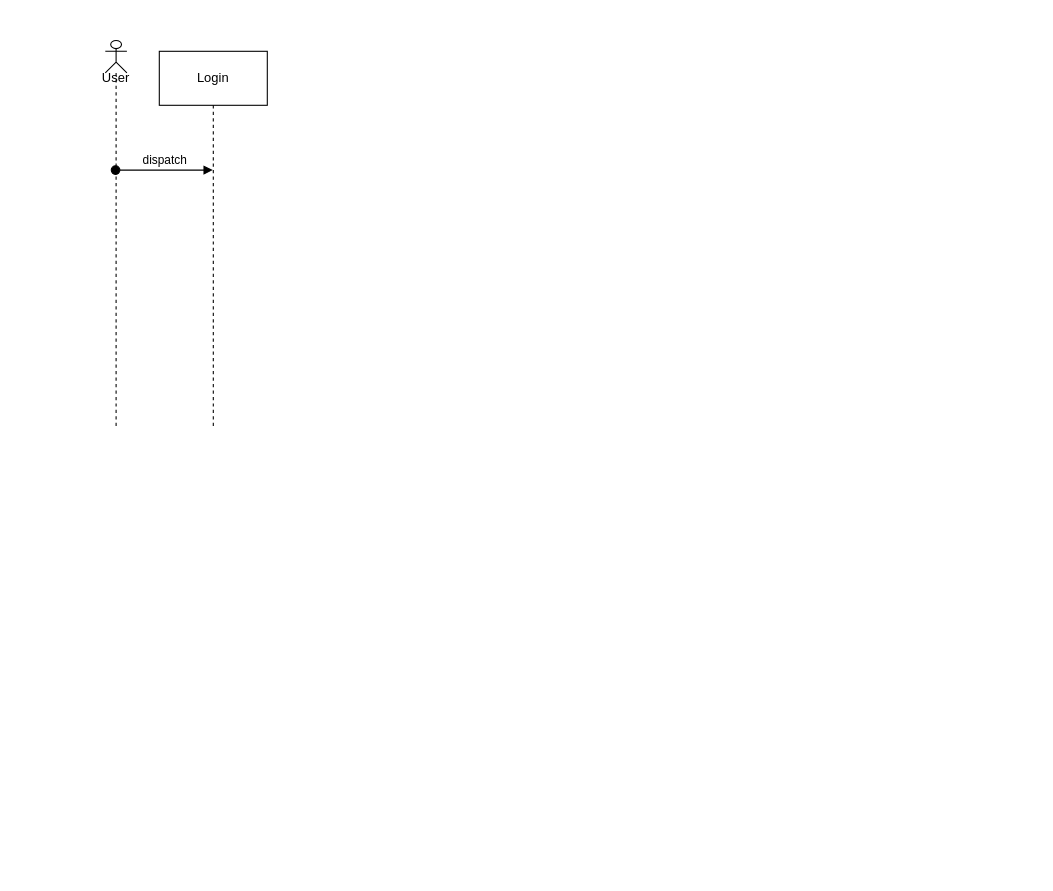
Above: Biểu đồ không có tiêu đề.drawio in B-Kha/CV-project (draw.io), before the change. Source tidied: cells renumbered, new cells numbered last; positions are measured from the earlier drawing's top-left corner, leaving out a move shared by most shapes. Both pictures are drawn from the tidied source at 108%, with x=0, y=0 at pixel (83, 40).
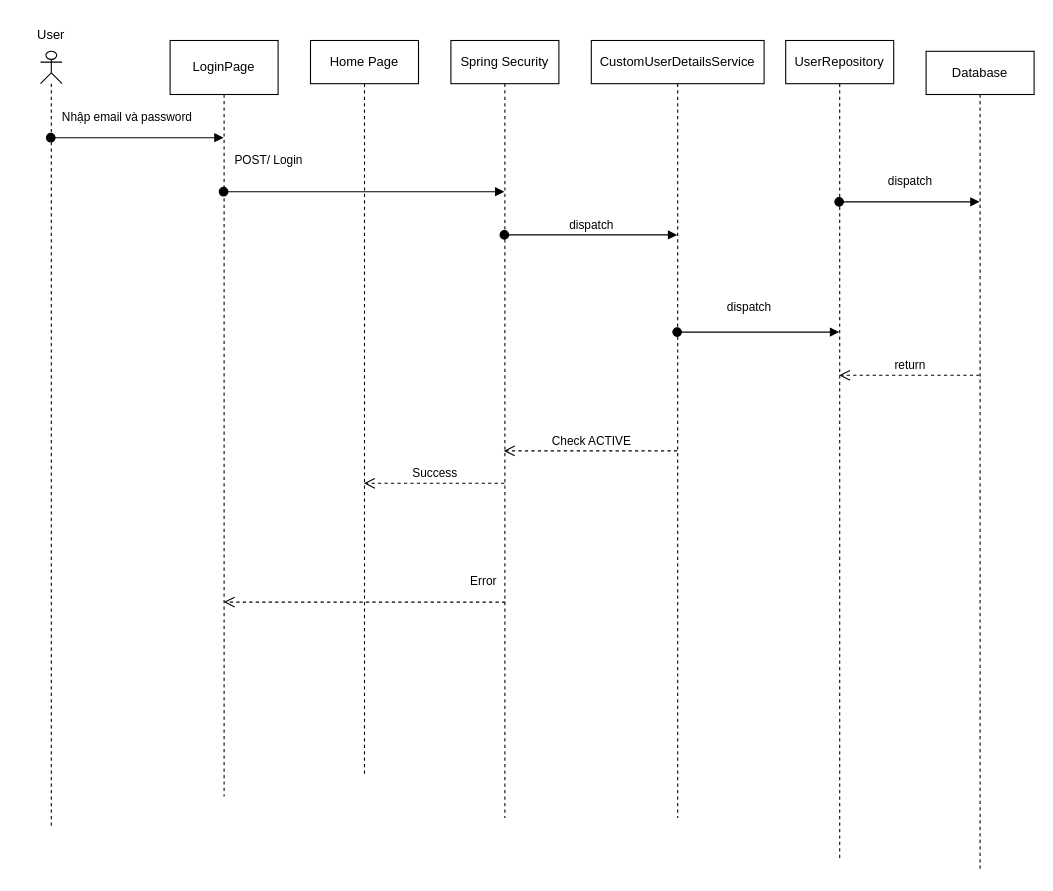
Above is the later version.

Commit message:
Cập nhật Biểu đồ không có tiêu đề.drawio

What changed in the source:
```diff
@@
     <mxCell id="2" style="shape=umlLifeline;perimeter=lifelinePerimeter;whiteSpace=wrap;html=1;outlineConnect=0;portConstraint=eastwest;newEdgeStyle={&quot;curved&quot;:0,&quot;rounded&quot;:0};participant=umlActor;size=30;" parent="1" vertex="1">
-      <mxGeometry x="20" width="20" height="360" as="geometry" />
+      <mxGeometry x="-40" y="10" width="20" height="720" as="geometry" />
     </mxCell>
     <mxCell id="3" value="User" style="text;html=1;whiteSpace=wrap;strokeColor=none;fillColor=none;align=center;verticalAlign=middle;rounded=0;" parent="1" vertex="1">
-      <mxGeometry y="20" width="60" height="30" as="geometry" />
+      <mxGeometry x="-60" y="-20" width="60" height="30" as="geometry" />
     </mxCell>
-    <mxCell id="4" value="dispatch" style="html=1;verticalAlign=bottom;startArrow=oval;startFill=1;endArrow=block;startSize=8;curved=0;rounded=0;" parent="1" edge="1" source="2" target="5">
-      <mxGeometry relative="1" as="geometry">
+    <mxCell id="4" value="Nhập email và password" style="html=1;verticalAlign=bottom;startArrow=oval;startFill=1;endArrow=block;startSize=8;curved=0;rounded=0;" parent="1" edge="1">
+      <mxGeometry x="-0.12" y="10" relative="1" as="geometry">
+        <mxPoint x="-30.5" y="90" as="sourcePoint" />
+        <mxPoint x="129.5" y="90" as="targetPoint" />
         <Array as="points">
-          <mxPoint x="70" y="120" />
+          <mxPoint x="40" y="90" />
+          <mxPoint x="60" y="90" />
+          <mxPoint x="70" y="90" />
         </Array>
       </mxGeometry>
     </mxCell>
-    <mxCell id="5" value="Login" style="shape=umlLifeline;perimeter=lifelinePerimeter;whiteSpace=wrap;html=1;outlineConnect=0;portConstraint=eastwest;newEdgeStyle={&quot;curved&quot;:0,&quot;rounded&quot;:0};size=50;" parent="1" vertex="1">
-      <mxGeometry x="70" y="10" width="100" height="350" as="geometry" />
+    <mxCell id="5" value="LoginPage" style="shape=umlLifeline;perimeter=lifelinePerimeter;whiteSpace=wrap;html=1;outlineConnect=0;portConstraint=eastwest;newEdgeStyle={&quot;curved&quot;:0,&quot;rounded&quot;:0};size=50;" parent="1" vertex="1">
+      <mxGeometry x="80" width="100" height="700" as="geometry" />
     </mxCell>
+    <mxCell id="6" value="Spring Security" style="shape=umlLifeline;perimeter=lifelinePerimeter;whiteSpace=wrap;html=1;outlineConnect=0;portConstraint=eastwest;newEdgeStyle={&quot;curved&quot;:0,&quot;rounded&quot;:0};" parent="1" vertex="1">
+      <mxGeometry x="340" width="100" height="720" as="geometry" />
+    </mxCell>
+    <mxCell id="7" value="CustomUserDetailsService" style="shape=umlLifeline;perimeter=lifelinePerimeter;whiteSpace=wrap;html=1;outlineConnect=0;portConstraint=eastwest;newEdgeStyle={&quot;curved&quot;:0,&quot;rounded&quot;:0};" parent="1" vertex="1">
+      <mxGeometry x="470" width="160" height="720" as="geometry" />
+    </mxCell>
+    <mxCell id="8" value="Database" style="shape=umlLifeline;perimeter=lifelinePerimeter;whiteSpace=wrap;html=1;outlineConnect=0;portConstraint=eastwest;newEdgeStyle={&quot;curved&quot;:0,&quot;rounded&quot;:0};" parent="1" vertex="1">
+      <mxGeometry x="780" y="10" width="100" height="760" as="geometry" />
+    </mxCell>
+    <mxCell id="9" value="POST/ Login" style="html=1;verticalAlign=bottom;startArrow=oval;startFill=1;endArrow=block;startSize=8;curved=0;rounded=0;" parent="1" edge="1" target="6">
+      <mxGeometry x="-0.69" y="20" relative="1" as="geometry">
+        <mxPoint x="129.5" y="140" as="sourcePoint" />
+        <Array as="points">
+          <mxPoint x="210" y="140" />
+        </Array>
+        <mxPoint x="1" as="offset" />
+      </mxGeometry>
+    </mxCell>
+    <mxCell id="10" value="UserRepository" style="shape=umlLifeline;perimeter=lifelinePerimeter;whiteSpace=wrap;html=1;outlineConnect=0;portConstraint=eastwest;newEdgeStyle={&quot;curved&quot;:0,&quot;rounded&quot;:0};" parent="1" vertex="1">
+      <mxGeometry x="650" width="100" height="760" as="geometry" />
+    </mxCell>
+    <mxCell id="11" value="dispatch" style="html=1;verticalAlign=bottom;startArrow=oval;startFill=1;endArrow=block;startSize=8;curved=0;rounded=0;" parent="1" edge="1" source="6" target="7">
+      <mxGeometry relative="1" as="geometry">
+        <Array as="points">
+          <mxPoint x="470" y="180" />
+        </Array>
+      </mxGeometry>
+    </mxCell>
+    <mxCell id="12" value="dispatch" style="html=1;verticalAlign=bottom;startArrow=oval;startFill=1;endArrow=block;startSize=8;curved=0;rounded=0;" parent="1" edge="1" source="7" target="10">
+      <mxGeometry x="-0.12" y="15" relative="1" as="geometry">
+        <Array as="points">
+          <mxPoint x="640" y="270" />
+        </Array>
+        <mxPoint y="1" as="offset" />
+      </mxGeometry>
+    </mxCell>
+    <mxCell id="13" value="dispatch" style="html=1;verticalAlign=bottom;startArrow=oval;startFill=1;endArrow=block;startSize=8;curved=0;rounded=0;" parent="1" edge="1" source="10">
+      <mxGeometry y="10" relative="1" as="geometry">
+        <mxPoint x="829.5" y="149.4" as="targetPoint" />
+      </mxGeometry>
+    </mxCell>
+    <mxCell id="14" value="return" style="html=1;verticalAlign=bottom;endArrow=open;dashed=1;endSize=8;curved=0;rounded=0;" parent="1" edge="1" source="8" target="10">
+      <mxGeometry relative="1" as="geometry">
+        <Array as="points">
+          <mxPoint x="770" y="310" />
+        </Array>
+      </mxGeometry>
+    </mxCell>
+    <mxCell id="15" value="Check ACTIVE" style="html=1;verticalAlign=bottom;endArrow=open;dashed=1;endSize=8;curved=0;rounded=0;" parent="1" edge="1" source="7">
+      <mxGeometry relative="1" as="geometry">
+        <mxPoint x="389" y="380" as="targetPoint" />
+        <Array as="points">
+          <mxPoint x="500" y="380" />
+        </Array>
+      </mxGeometry>
+    </mxCell>
+    <mxCell id="16" value="Home Page" style="shape=umlLifeline;perimeter=lifelinePerimeter;whiteSpace=wrap;html=1;outlineConnect=0;portConstraint=eastwest;newEdgeStyle={&quot;curved&quot;:0,&quot;rounded&quot;:0};" parent="1" vertex="1">
+      <mxGeometry x="210" width="100" height="680" as="geometry" />
+    </mxCell>
+    <mxCell id="17" value="Error" style="html=1;verticalAlign=bottom;endArrow=open;dashed=1;endSize=8;curved=0;rounded=0;" parent="1" edge="1">
+      <mxGeometry x="-0.85" y="-10" relative="1" as="geometry">
+        <mxPoint x="390.3" y="520" as="sourcePoint" />
+        <mxPoint x="129.7" y="520" as="targetPoint" />
+        <Array as="points">
+          <mxPoint x="360.3" y="520" />
+        </Array>
+      </mxGeometry>
+    </mxCell>
+    <mxCell id="18" value="Success" style="html=1;verticalAlign=bottom;endArrow=open;dashed=1;endSize=8;curved=0;rounded=0;" parent="1" edge="1" source="6" target="16">
+      <mxGeometry relative="1" as="geometry">
+        <Array as="points">
+          <mxPoint x="350" y="410" />
+        </Array>
+      </mxGeometry>
+    </mxCell>
```
